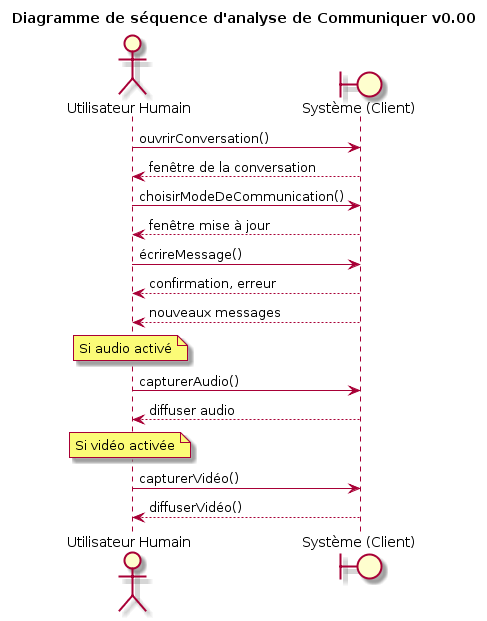
Earlier version of the PlantUML export DC/diagrammes/dss-communiquer.png (gdarchen/WhatsASI).
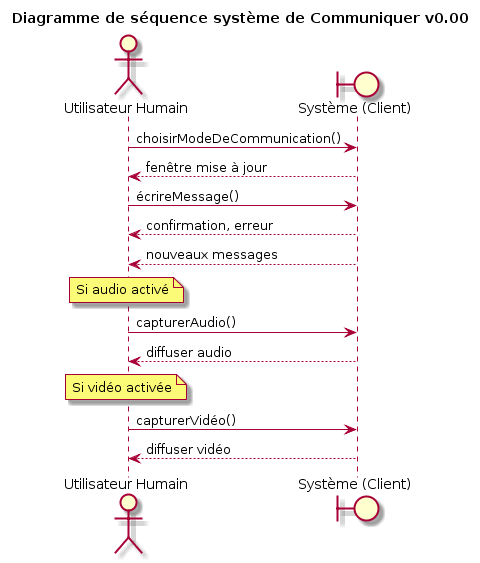
After the change.

Diff of the diagram source:
```diff
@@ -1,10 +1,8 @@
 @startuml
-title Diagramme de séquence d'analyse de Communiquer v0.00
+title Diagramme de séquence système de Communiquer v0.00
 actor "Utilisateur Humain" as H
 boundary "Système (Client)" as S
 
-H -> S : ouvrirConversation()
-H <-- S : fenêtre de la conversation
 H -> S : choisirModeDeCommunication()
 H <-- S : fenêtre mise à jour
 H -> S : écrireMessage()
@@ -19,5 +17,5 @@
     Si vidéo activée
 endnote
 H -> S : capturerVidéo()
-H <-- S : diffuserVidéo()
+H <-- S : diffuser vidéo
 @enduml
```
